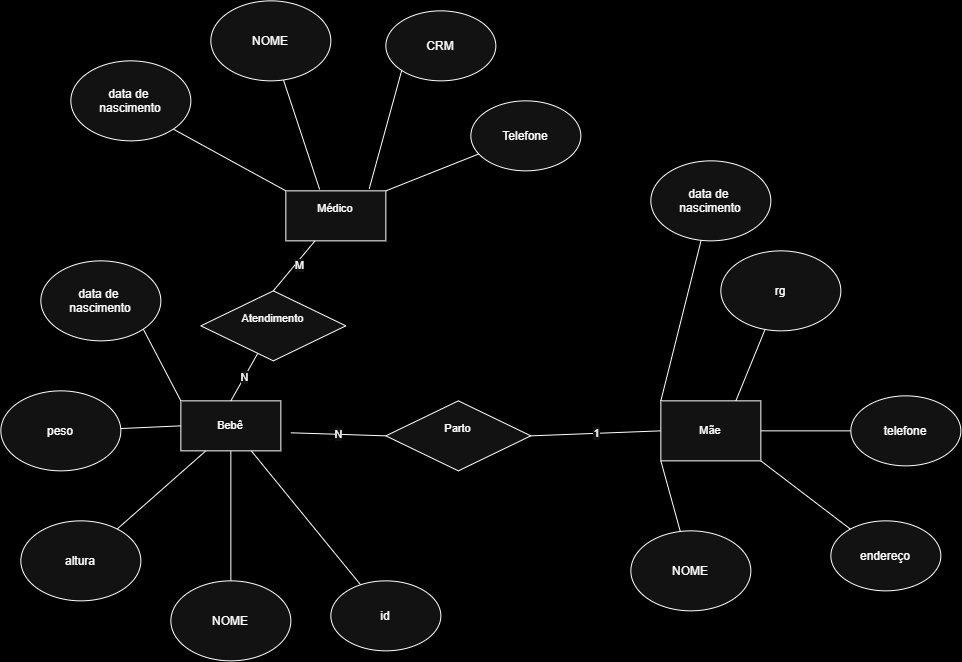
Earlier version of the draw.io export C07 - Banco de Dados/C07 A/Ex 1 C07.drawio.png (ERosaStudy/Faculdade). Source tidied: cells renumbered, new cells last; positions are measured from the earlier drawing's top-left corner, leaving out a move shared by most shapes.
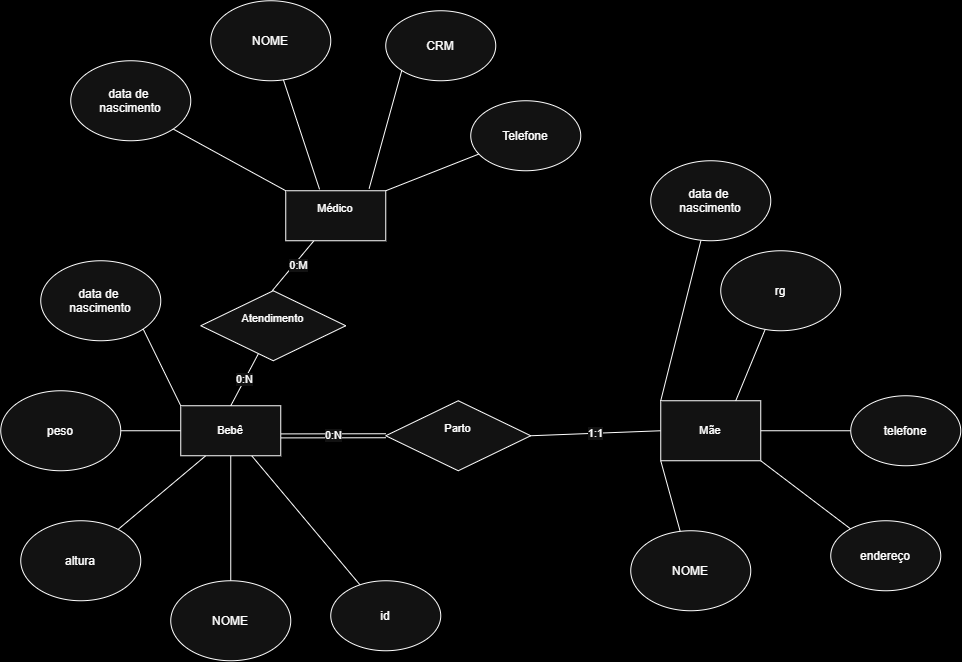
Above is the later version.

Commit message:
atualizando imagem com os relacionamentos

The edit, as a diff of the source:
```diff
@@ -2,10 +2,8 @@
   <root>
     <mxCell id="0" />
     <mxCell id="1" parent="0" />
-    <mxCell id="2" value="N" style="edgeStyle=none;shape=connector;rounded=0;jettySize=auto;html=1;entryX=0;entryY=0.5;entryDx=0;entryDy=0;strokeColor=default;align=center;verticalAlign=middle;fontFamily=Helvetica;fontSize=11;fontColor=default;labelBackgroundColor=default;endArrow=none;endFill=0;" parent="1" edge="1" target="9">
-      <mxGeometry relative="1" as="geometry">
-        <mxPoint x="290" y="431.9" as="sourcePoint" />
-      </mxGeometry>
+    <mxCell id="2" value="0:N" style="edgeStyle=none;shape=link;rounded=0;jettySize=auto;html=1;entryX=0;entryY=0.5;entryDx=0;entryDy=0;strokeColor=default;align=center;verticalAlign=middle;fontFamily=Helvetica;fontSize=11;fontColor=default;labelBackgroundColor=default;endArrow=none;endFill=0;exitX=1.003;exitY=0.603;exitDx=0;exitDy=0;exitPerimeter=0;" parent="1" edge="1" source="20" target="9">
+      <mxGeometry relative="1" as="geometry" />
     </mxCell>
     <mxCell id="3" style="shape=connector;rounded=0;jettySize=auto;html=1;exitX=0.5;exitY=0;exitDx=0;exitDy=0;strokeColor=default;align=center;verticalAlign=middle;fontFamily=Helvetica;fontSize=11;fontColor=default;labelBackgroundColor=default;endArrow=none;endFill=0;entryX=0.5;entryY=1;entryDx=0;entryDy=0;" parent="1" edge="1" source="4" target="20">
       <mxGeometry relative="1" as="geometry" />
@@ -28,7 +26,7 @@
     <mxCell id="9" value="Parto&lt;div&gt;&lt;br&gt;&lt;/div&gt;" style="shape=rhombus;html=1;dashed=0;whiteSpace=wrap;perimeter=rhombusPerimeter;fontFamily=Helvetica;fontSize=11;fontColor=default;labelBackgroundColor=default;" parent="1" vertex="1">
       <mxGeometry x="385" y="400" width="145" height="70" as="geometry" />
     </mxCell>
-    <mxCell id="10" value="1" style="edgeStyle=none;shape=connector;rounded=0;jettySize=auto;html=1;entryX=1;entryY=0.5;entryDx=0;entryDy=0;strokeColor=default;align=center;verticalAlign=middle;fontFamily=Helvetica;fontSize=11;fontColor=default;labelBackgroundColor=default;endArrow=none;endFill=0;exitX=0;exitY=0.5;exitDx=0;exitDy=0;" parent="1" edge="1" source="19" target="9">
+    <mxCell id="10" value="1:1" style="edgeStyle=none;shape=connector;rounded=0;jettySize=auto;html=1;entryX=1;entryY=0.5;entryDx=0;entryDy=0;strokeColor=default;align=center;verticalAlign=middle;fontFamily=Helvetica;fontSize=11;fontColor=default;labelBackgroundColor=default;endArrow=none;endFill=0;exitX=0;exitY=0.5;exitDx=0;exitDy=0;" parent="1" edge="1" source="19" target="9">
       <mxGeometry relative="1" as="geometry" />
     </mxCell>
     <mxCell id="11" style="edgeStyle=none;shape=connector;rounded=0;jettySize=auto;html=1;entryX=0;entryY=0.5;entryDx=0;entryDy=0;strokeColor=default;align=center;verticalAlign=middle;fontFamily=Helvetica;fontSize=11;fontColor=default;labelBackgroundColor=default;endArrow=none;endFill=0;" parent="1" edge="1" source="12" target="20">
@@ -43,10 +41,13 @@
     <mxCell id="14" value="&lt;div&gt;data de&amp;nbsp;&lt;/div&gt;&lt;div&gt;nascimento&lt;/div&gt;&lt;div&gt;&lt;br&gt;&lt;/div&gt;" style="ellipse;whiteSpace=wrap;html=1;shapeInside=1;" parent="1" vertex="1">
       <mxGeometry x="40" y="260" width="120" height="80" as="geometry" />
     </mxCell>
-    <mxCell id="15" style="edgeStyle=none;shape=connector;rounded=0;jettySize=auto;html=1;entryX=0.5;entryY=0;entryDx=0;entryDy=0;strokeColor=default;align=center;verticalAlign=middle;fontFamily=Helvetica;fontSize=11;fontColor=default;labelBackgroundColor=default;endArrow=none;endFill=0;" parent="1" edge="1" source="18" target="32">
-      <mxGeometry relative="1" as="geometry" />
+    <mxCell id="15" style="edgeStyle=none;shape=connector;rounded=0;orthogonalLoop=1;jettySize=auto;html=1;entryX=0.5;entryY=0;entryDx=0;entryDy=0;strokeColor=default;align=center;verticalAlign=middle;fontFamily=Helvetica;fontSize=11;fontColor=default;labelBackgroundColor=default;endArrow=none;endFill=0;" parent="1" edge="1">
+      <mxGeometry relative="1" as="geometry">
+        <mxPoint x="313.2" y="240" as="sourcePoint" />
+        <mxPoint x="271.5" y="290" as="targetPoint" />
+      </mxGeometry>
     </mxCell>
-    <mxCell id="16" value="M" style="edgeLabel;html=1;align=center;verticalAlign=middle;fontFamily=Helvetica;fontSize=11;fontColor=default;labelBackgroundColor=default;" parent="15" vertex="1">
+    <mxCell id="16" value="0:M" style="edgeLabel;html=1;align=center;verticalAlign=middle;fontFamily=Helvetica;fontSize=11;fontColor=default;labelBackgroundColor=default;" parent="15" vertex="1">
       <mxGeometry x="-0.08" y="3" relative="1" as="geometry" />
     </mxCell>
     <mxCell id="17" style="edgeStyle=none;shape=connector;rounded=0;jettySize=auto;html=1;exitX=0;exitY=0;exitDx=0;exitDy=0;entryX=1;entryY=1;entryDx=0;entryDy=0;strokeColor=default;align=center;verticalAlign=middle;fontFamily=Helvetica;fontSize=11;fontColor=default;labelBackgroundColor=default;endArrow=none;endFill=0;" parent="1" edge="1" source="18" target="33">
@@ -59,7 +60,7 @@
       <mxGeometry x="660" y="400" width="100" height="60" as="geometry" />
     </mxCell>
     <mxCell id="20" value="Bebê" style="html=1;dashed=0;whiteSpace=wrap;fontFamily=Helvetica;fontSize=11;fontColor=default;labelBackgroundColor=default;" parent="1" vertex="1">
-      <mxGeometry x="180" y="400" width="100" height="50" as="geometry" />
+      <mxGeometry x="180" y="405" width="100" height="50" as="geometry" />
     </mxCell>
     <mxCell id="21" style="edgeStyle=none;shape=connector;rounded=0;jettySize=auto;html=1;entryX=0;entryY=1;entryDx=0;entryDy=0;strokeColor=default;align=center;verticalAlign=middle;fontFamily=Helvetica;fontSize=11;fontColor=default;labelBackgroundColor=default;endArrow=none;endFill=0;" parent="1" edge="1" source="22" target="19">
       <mxGeometry relative="1" as="geometry" />
@@ -91,7 +92,7 @@
     <mxCell id="30" value="&lt;div&gt;endereço&lt;/div&gt;&lt;div&gt;&lt;br&gt;&lt;/div&gt;" style="ellipse;whiteSpace=wrap;html=1;shapeInside=1;" parent="1" vertex="1">
       <mxGeometry x="830" y="520" width="110" height="70" as="geometry" />
     </mxCell>
-    <mxCell id="31" value="N" style="edgeStyle=none;shape=connector;rounded=0;jettySize=auto;html=1;entryX=0.5;entryY=0;entryDx=0;entryDy=0;strokeColor=default;align=center;verticalAlign=middle;fontFamily=Helvetica;fontSize=11;fontColor=default;labelBackgroundColor=default;endArrow=none;endFill=0;" parent="1" edge="1" source="32" target="20">
+    <mxCell id="31" value="0:N" style="edgeStyle=none;shape=connector;rounded=0;jettySize=auto;html=1;entryX=0.5;entryY=0;entryDx=0;entryDy=0;strokeColor=default;align=center;verticalAlign=middle;fontFamily=Helvetica;fontSize=11;fontColor=default;labelBackgroundColor=default;endArrow=none;endFill=0;" parent="1" edge="1" source="32" target="20">
       <mxGeometry relative="1" as="geometry" />
     </mxCell>
     <mxCell id="32" value="&lt;div&gt;Atendimento&lt;/div&gt;&lt;div&gt;&lt;br&gt;&lt;/div&gt;" style="shape=rhombus;html=1;dashed=0;whiteSpace=wrap;perimeter=rhombusPerimeter;fontFamily=Helvetica;fontSize=11;fontColor=default;labelBackgroundColor=default;" parent="1" vertex="1">
```
